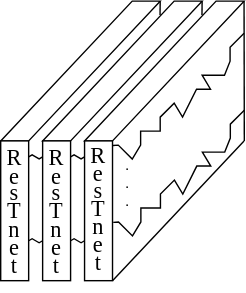
Earlier version of the draw.io export littlepaper/图4 网络模型结构图.svg (wangxinzhi0/draw.io). Source tidied: cells renumbered, new cells last; positions are measured from the earlier drawing's top-left corner, leaving out a move shared by most shapes.
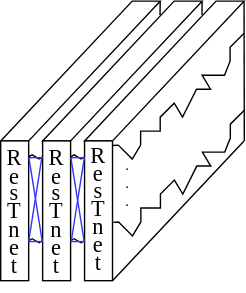
Later version of the same file.

Commit message:
Update 图4 网络模型结构图.svg

The edit, as a diff of the source:
```diff
@@ -93,6 +93,9 @@
         <mxPoint y="171.4" as="targetPoint" />
       </mxGeometry>
     </mxCell>
+    <mxCell id="20" style="endArrow=none;html=1;rounded=0;fontFamily=Times New Roman;fontSize=16;strokeWidth=0.5;jumpSize=2;fontColor=#0000FF;strokeColor=#3333FF;entryX=-0.014;entryY=0.718;entryDx=0;entryDy=0;entryPerimeter=0;exitX=1.011;exitY=0.122;exitDx=0;exitDy=0;exitPerimeter=0;" parent="2" edge="1" source="11" target="4">
+      <mxGeometry relative="1" as="geometry" />
+    </mxCell>
     <mxCell id="15" style="shape=parallelogram;perimeter=parallelogramPerimeter;whiteSpace=wrap;html=1;fixedSize=1;rotation=0;size=94.11000000000001;" parent="1" vertex="1">
       <mxGeometry width="114.1" height="100" as="geometry" />
     </mxCell>
@@ -117,5 +120,46 @@
         <mxPoint x="30" y="171.4" as="targetPoint" />
       </mxGeometry>
     </mxCell>
+    <mxCell id="21" style="endArrow=none;html=1;rounded=0;fontFamily=Times New Roman;fontSize=16;strokeWidth=0.5;jumpSize=2;fontColor=#0000FF;strokeColor=#3333FF;" parent="1" edge="1">
+      <mxGeometry relative="1" as="geometry">
+        <mxPoint x="20" y="112" as="sourcePoint" />
+        <mxPoint x="30" y="112" as="targetPoint" />
+      </mxGeometry>
+    </mxCell>
+    <mxCell id="22" style="endArrow=none;html=1;rounded=0;fontFamily=Times New Roman;fontSize=16;strokeWidth=0.5;jumpSize=2;fontColor=#0000FF;strokeColor=#3333FF;" parent="1" edge="1">
+      <mxGeometry relative="1" as="geometry">
+        <mxPoint x="50" y="112" as="sourcePoint" />
+        <mxPoint x="60" y="112" as="targetPoint" />
+      </mxGeometry>
+    </mxCell>
+    <mxCell id="23" style="endArrow=none;html=1;rounded=0;fontFamily=Times New Roman;fontSize=16;strokeWidth=0.5;jumpSize=2;fontColor=#0000FF;strokeColor=#3333FF;" parent="1" edge="1">
+      <mxGeometry relative="1" as="geometry">
+        <mxPoint x="50" y="172" as="sourcePoint" />
+        <mxPoint x="60" y="172" as="targetPoint" />
+      </mxGeometry>
+    </mxCell>
+    <mxCell id="24" style="endArrow=none;html=1;rounded=0;fontFamily=Times New Roman;fontSize=16;strokeWidth=0.5;jumpSize=2;fontColor=#0000FF;strokeColor=#3333FF;" parent="1" edge="1">
+      <mxGeometry relative="1" as="geometry">
+        <mxPoint x="20" y="172" as="sourcePoint" />
+        <mxPoint x="30" y="172" as="targetPoint" />
+      </mxGeometry>
+    </mxCell>
+    <mxCell id="25" style="endArrow=none;html=1;rounded=0;fontFamily=Times New Roman;fontSize=16;strokeWidth=0.5;jumpSize=2;fontColor=#0000FF;strokeColor=#3333FF;entryX=-0.025;entryY=0.114;entryDx=0;entryDy=0;entryPerimeter=0;" parent="1" edge="1" target="11">
+      <mxGeometry relative="1" as="geometry">
+        <mxPoint x="20" y="172" as="sourcePoint" />
+      </mxGeometry>
+    </mxCell>
+    <mxCell id="26" style="endArrow=none;html=1;rounded=0;fontFamily=Times New Roman;fontSize=16;strokeWidth=0.5;jumpSize=2;fontColor=#0000FF;strokeColor=#3333FF;entryX=-0.025;entryY=0.114;entryDx=0;entryDy=0;entryPerimeter=0;" parent="1" edge="1">
+      <mxGeometry relative="1" as="geometry">
+        <mxPoint x="50.5" y="171.6" as="sourcePoint" />
+        <mxPoint x="60" y="111" as="targetPoint" />
+      </mxGeometry>
+    </mxCell>
+    <mxCell id="27" style="endArrow=none;html=1;rounded=0;fontFamily=Times New Roman;fontSize=16;strokeWidth=0.5;jumpSize=2;fontColor=#0000FF;strokeColor=#3333FF;entryX=-0.014;entryY=0.718;entryDx=0;entryDy=0;entryPerimeter=0;exitX=1.011;exitY=0.122;exitDx=0;exitDy=0;exitPerimeter=0;" parent="1" edge="1">
+      <mxGeometry relative="1" as="geometry">
+        <mxPoint x="20.2" y="112.2" as="sourcePoint" />
+        <mxPoint x="29.7" y="171.8" as="targetPoint" />
+      </mxGeometry>
+    </mxCell>
   </root>
 </mxGraphModel>
```
